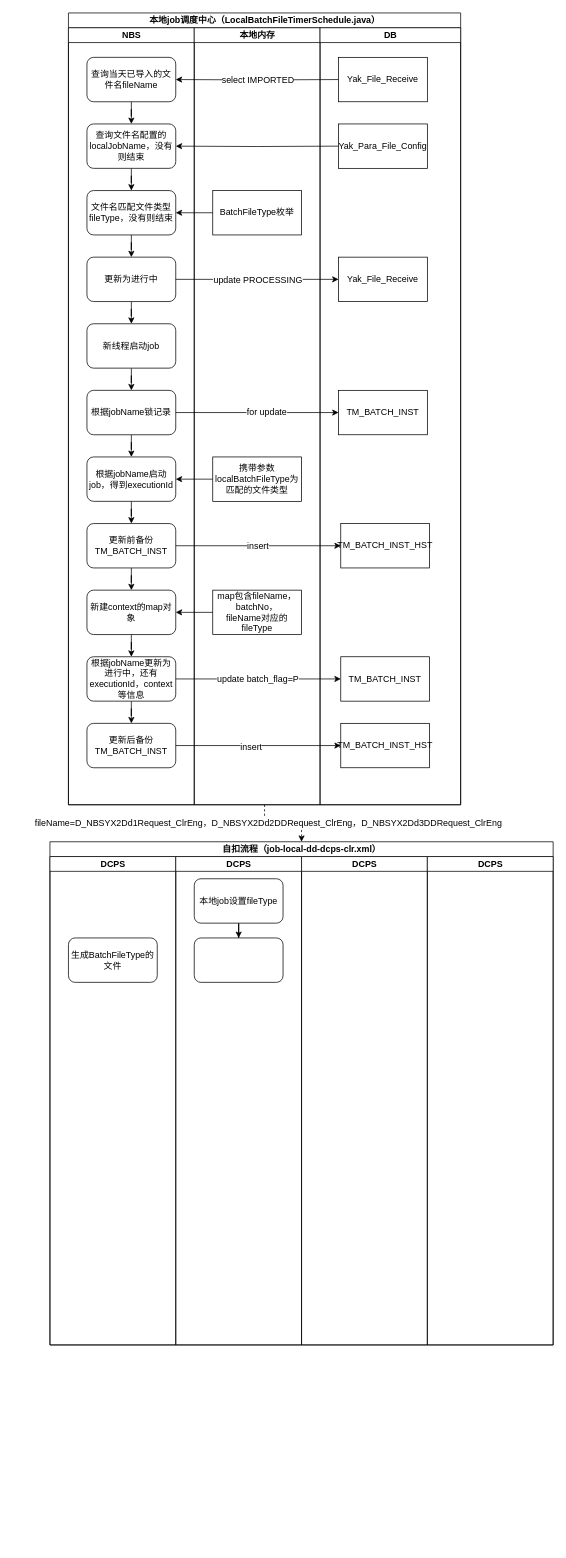
The draw.io diagram 自扣数据流程图.drawio in staconfree/design, before the edit. Source tidied: cells renumbered, new cells numbered last; positions are measured from the earlier drawing's top-left corner, leaving out a move shared by most shapes. Both pictures are drawn from the tidied source at 74%, with x=0, y=0 at pixel (50, 13).
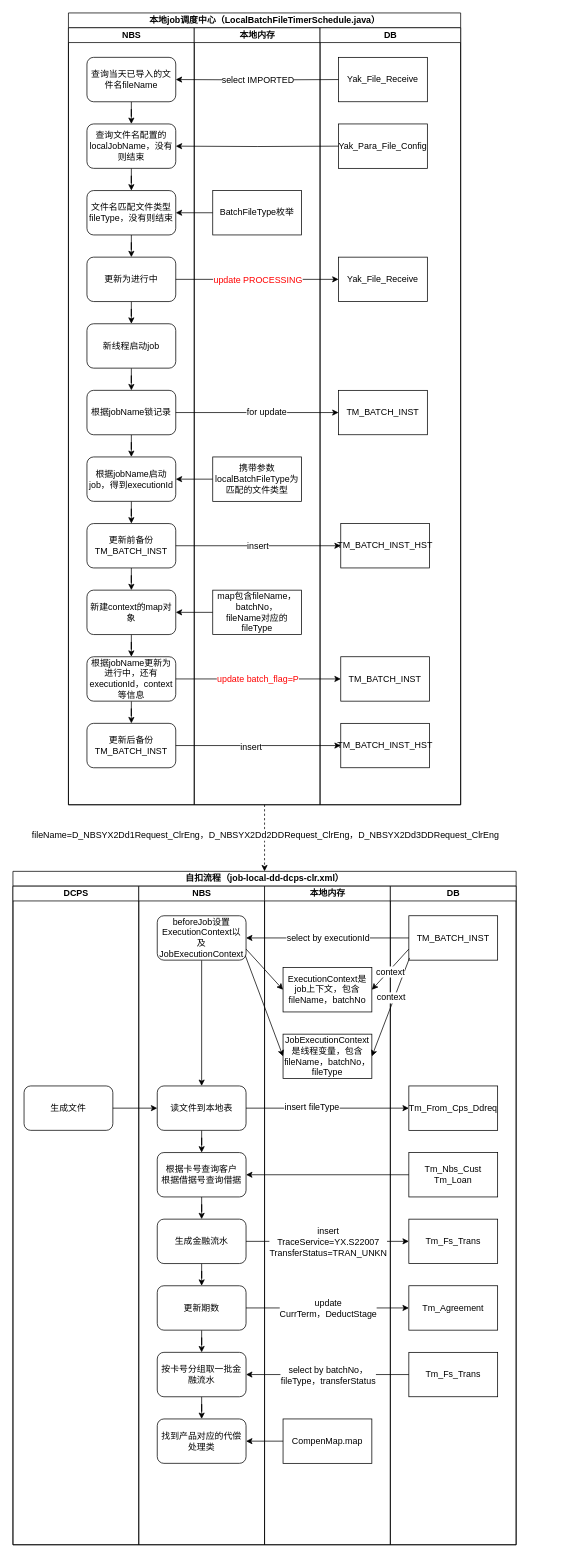
After the change.

Commit message (it also covers changes not shown here):
更新自扣数据流程图.drawio

The change refers to these unchanged cells:
```xml
<mxCell id="11" style="edgeStyle=orthogonalEdgeStyle;rounded=0;jettySize=auto;html=1;entryX=0.5;entryY=0;entryDx=0;entryDy=0;dashed=1;" parent="1" edge="1" source="13" target="2">
  <mxGeometry relative="1" as="geometry" />
</mxCell>
<mxCell id="36" style="edgeStyle=orthogonalEdgeStyle;rounded=0;jettySize=auto;html=1;entryX=0;entryY=0.5;entryDx=0;entryDy=0;" parent="13" edge="1" source="32" target="48">
  <mxGeometry relative="1" as="geometry" />
</mxCell>
<mxCell id="54" style="edgeStyle=orthogonalEdgeStyle;rounded=0;jettySize=auto;html=1;entryX=0;entryY=0.5;entryDx=0;entryDy=0;" parent="13" edge="1" source="22" target="45">
  <mxGeometry relative="1" as="geometry" />
</mxCell>
```

Change to the diagram source:
```diff
@@
     <mxCell id="2" value="自扣流程（job-local-dd-dcps-clr.xml）" style="swimlane;html=1;startSize=20;" parent="1" vertex="1">
-      <mxGeometry y="1120" width="680" height="680" as="geometry" />
+      <mxGeometry x="-50" y="1160" width="680" height="910" as="geometry" />
     </mxCell>
     <mxCell id="3" value="DCPS" style="swimlane;html=1;startSize=20;" parent="2" vertex="1">
-      <mxGeometry y="20" width="170" height="660" as="geometry" />
+      <mxGeometry y="20" width="170" height="890" as="geometry" />
     </mxCell>
-    <mxCell id="4" value="生成BatchFileType的文件" style="rounded=1;whiteSpace=wrap;html=1;" parent="3" vertex="1">
-      <mxGeometry x="25" y="110" width="120" height="60" as="geometry" />
+    <mxCell id="4" value="生成文件" style="rounded=1;whiteSpace=wrap;html=1;" parent="3" vertex="1">
+      <mxGeometry x="15" y="270" width="120" height="60" as="geometry" />
     </mxCell>
-    <mxCell id="5" value="DCPS" style="swimlane;html=1;startSize=20;" parent="2" vertex="1">
-      <mxGeometry x="170" y="20" width="170" height="660" as="geometry" />
+    <mxCell id="5" value="NBS" style="swimlane;html=1;startSize=20;" parent="2" vertex="1">
+      <mxGeometry x="170" y="20" width="170" height="890" as="geometry" />
     </mxCell>
+    <mxCell id="64" style="edgeStyle=orthogonalEdgeStyle;rounded=0;jettySize=auto;html=1;fontColor=#000000;" parent="5" edge="1" source="6" target="68">
+      <mxGeometry relative="1" as="geometry" />
+    </mxCell>
-    <mxCell id="6" style="rounded=1;whiteSpace=wrap;html=1;" parent="5" vertex="1">
-      <mxGeometry x="25" y="110" width="120" height="60" as="geometry" />
+    <mxCell id="6" value="读文件到本地表" style="rounded=1;whiteSpace=wrap;html=1;" parent="5" vertex="1">
+      <mxGeometry x="25" y="270" width="120" height="60" as="geometry" />
     </mxCell>
-    <mxCell id="7" style="edgeStyle=orthogonalEdgeStyle;rounded=0;jettySize=auto;html=1;" parent="5" edge="1" source="8" target="6">
-      <mxGeometry relative="1" as="geometry" />
-    </mxCell>
-    <mxCell id="8" value="本地job设置fileType" style="rounded=1;whiteSpace=wrap;html=1;" parent="5" vertex="1">
-      <mxGeometry x="25" y="30" width="120" height="60" as="geometry" />
-    </mxCell>
+    <mxCell id="65" style="edgeStyle=orthogonalEdgeStyle;rounded=0;jettySize=auto;html=1;fontColor=#000000;" parent="5" edge="1" source="66" target="6">
+      <mxGeometry relative="1" as="geometry" />
+    </mxCell>
+    <mxCell id="66" value="beforeJob设置ExecutionContext以及JobExecutionContext" style="rounded=1;whiteSpace=wrap;html=1;" parent="5" vertex="1">
+      <mxGeometry x="25" y="40" width="120" height="60" as="geometry" />
+    </mxCell>
+    <mxCell id="67" style="edgeStyle=orthogonalEdgeStyle;rounded=0;jettySize=auto;html=1;fontColor=#000000;" parent="5" edge="1" source="68" target="70">
+      <mxGeometry relative="1" as="geometry" />
+    </mxCell>
+    <mxCell id="68" value="&lt;div&gt;根据卡号查询客户&lt;/div&gt;&lt;div&gt;根据借据号查询借据&lt;/div&gt;" style="rounded=1;whiteSpace=wrap;html=1;" parent="5" vertex="1">
+      <mxGeometry x="25" y="360" width="120" height="60" as="geometry" />
+    </mxCell>
+    <mxCell id="69" style="edgeStyle=orthogonalEdgeStyle;rounded=0;jettySize=auto;html=1;fontColor=#000000;" parent="5" edge="1" source="70" target="72">
+      <mxGeometry relative="1" as="geometry" />
+    </mxCell>
+    <mxCell id="70" value="生成金融流水" style="rounded=1;whiteSpace=wrap;html=1;" parent="5" vertex="1">
+      <mxGeometry x="25" y="450" width="120" height="60" as="geometry" />
+    </mxCell>
+    <mxCell id="71" style="edgeStyle=orthogonalEdgeStyle;rounded=0;jettySize=auto;html=1;entryX=0.5;entryY=0;entryDx=0;entryDy=0;fontColor=#000000;" parent="5" edge="1" source="72" target="74">
+      <mxGeometry relative="1" as="geometry" />
+    </mxCell>
+    <mxCell id="72" value="更新期数" style="rounded=1;whiteSpace=wrap;html=1;" parent="5" vertex="1">
+      <mxGeometry x="25" y="540" width="120" height="60" as="geometry" />
+    </mxCell>
+    <mxCell id="73" style="edgeStyle=orthogonalEdgeStyle;rounded=0;jettySize=auto;html=1;fontColor=#000000;" parent="5" edge="1" source="74" target="75">
+      <mxGeometry relative="1" as="geometry" />
+    </mxCell>
+    <mxCell id="74" value="按卡号分组取一批金融流水" style="rounded=1;whiteSpace=wrap;html=1;" parent="5" vertex="1">
+      <mxGeometry x="25" y="630" width="120" height="60" as="geometry" />
+    </mxCell>
+    <mxCell id="75" value="找到产品对应的代偿处理类" style="rounded=1;whiteSpace=wrap;html=1;" parent="5" vertex="1">
+      <mxGeometry x="25" y="720" width="120" height="60" as="geometry" />
+    </mxCell>
-    <mxCell id="9" value="DCPS" style="swimlane;html=1;startSize=20;" parent="2" vertex="1">
-      <mxGeometry x="340" y="20" width="170" height="660" as="geometry" />
+    <mxCell id="9" value="本地内存" style="swimlane;html=1;startSize=20;" parent="2" vertex="1">
+      <mxGeometry x="340" y="20" width="170" height="890" as="geometry" />
     </mxCell>
+    <mxCell id="76" value="&lt;div&gt;JobExecutionContext是线程变量，包含fileName，batchNo，&lt;/div&gt;&lt;div&gt;fileType&lt;/div&gt;" style="rounded=0;whiteSpace=wrap;html=1;" parent="9" vertex="1">
+      <mxGeometry x="25" y="200" width="120" height="60" as="geometry" />
+    </mxCell>
+    <mxCell id="77" value="&lt;div&gt;ExecutionContext是job上下文，包含fileName，batchNo&lt;/div&gt;" style="rounded=0;whiteSpace=wrap;html=1;" parent="9" vertex="1">
+      <mxGeometry x="25" y="110" width="120" height="60" as="geometry" />
+    </mxCell>
+    <mxCell id="78" value="CompenMap.map" style="rounded=0;whiteSpace=wrap;html=1;" parent="9" vertex="1">
+      <mxGeometry x="25" y="720" width="120" height="60" as="geometry" />
+    </mxCell>
-    <mxCell id="10" value="DCPS" style="swimlane;html=1;startSize=20;" parent="2" vertex="1">
-      <mxGeometry x="510" y="20" width="170" height="660" as="geometry" />
+    <mxCell id="10" value="DB" style="swimlane;html=1;startSize=20;" parent="2" vertex="1">
+      <mxGeometry x="510" y="20" width="170" height="890" as="geometry" />
     </mxCell>
+    <mxCell id="79" value="TM_BATCH_INST" style="rounded=0;whiteSpace=wrap;html=1;" parent="10" vertex="1">
+      <mxGeometry x="25" y="40" width="120" height="60" as="geometry" />
+    </mxCell>
+    <mxCell id="80" value="Tm_From_Cps_Ddreq" style="rounded=0;whiteSpace=wrap;html=1;" parent="10" vertex="1">
+      <mxGeometry x="25" y="270" width="120" height="60" as="geometry" />
+    </mxCell>
+    <mxCell id="81" value="&lt;div&gt;Tm_Nbs_Cust&lt;/div&gt;&lt;div&gt;Tm_Loan&lt;br&gt;&lt;/div&gt;" style="rounded=0;whiteSpace=wrap;html=1;" parent="10" vertex="1">
+      <mxGeometry x="25" y="360" width="120" height="60" as="geometry" />
+    </mxCell>
+    <mxCell id="82" value="Tm_Fs_Trans" style="rounded=0;whiteSpace=wrap;html=1;" parent="10" vertex="1">
+      <mxGeometry x="25" y="450" width="120" height="60" as="geometry" />
+    </mxCell>
+    <mxCell id="83" value="Tm_Agreement" style="rounded=0;whiteSpace=wrap;html=1;" parent="10" vertex="1">
+      <mxGeometry x="25" y="540" width="120" height="60" as="geometry" />
+    </mxCell>
+    <mxCell id="84" value="Tm_Fs_Trans" style="rounded=0;whiteSpace=wrap;html=1;" parent="10" vertex="1">
+      <mxGeometry x="25" y="630" width="120" height="60" as="geometry" />
+    </mxCell>
+    <mxCell id="85" style="edgeStyle=orthogonalEdgeStyle;rounded=0;jettySize=auto;html=1;entryX=1;entryY=0.5;entryDx=0;entryDy=0;fontColor=#FF0000;" parent="2" edge="1" source="79" target="66">
+      <mxGeometry relative="1" as="geometry" />
+    </mxCell>
+    <mxCell id="86" value="select by executionId" style="text;html=1;align=center;verticalAlign=middle;labelBackgroundColor=#ffffff;fontColor=#000000;" parent="85" vertex="1">
+      <mxGeometry x="0.11" y="2" relative="1" as="geometry">
+        <mxPoint x="12" y="-2" as="offset" />
+      </mxGeometry>
+    </mxCell>
+    <mxCell id="87" style="endArrow=classic;html=1;fontColor=#000000;entryX=0;entryY=0.5;entryDx=0;entryDy=0;exitX=0.992;exitY=0.9;exitDx=0;exitDy=0;exitPerimeter=0;" parent="2" edge="1" source="66" target="76">
+      <mxGeometry relative="1" as="geometry" />
+    </mxCell>
+    <mxCell id="88" style="endArrow=classic;html=1;fontColor=#000000;entryX=1;entryY=0.5;entryDx=0;entryDy=0;exitX=0.008;exitY=0.95;exitDx=0;exitDy=0;exitPerimeter=0;" parent="2" edge="1" source="79" target="76">
+      <mxGeometry relative="1" as="geometry" />
+    </mxCell>
+    <mxCell id="89" value="context" style="text;html=1;align=center;verticalAlign=middle;labelBackgroundColor=#ffffff;fontColor=#000000;" parent="88" vertex="1">
+      <mxGeometry x="-0.39" relative="1" as="geometry">
+        <mxPoint x="-10.5" y="13.5" as="offset" />
+      </mxGeometry>
+    </mxCell>
+    <mxCell id="90" style="endArrow=classic;html=1;fontColor=#000000;entryX=0;entryY=0.5;entryDx=0;entryDy=0;exitX=1;exitY=0.75;exitDx=0;exitDy=0;" parent="2" edge="1" source="66" target="77">
+      <mxGeometry relative="1" as="geometry" />
+    </mxCell>
+    <mxCell id="91" style="endArrow=classic;html=1;fontColor=#000000;entryX=1;entryY=0.5;entryDx=0;entryDy=0;exitX=0;exitY=0.75;exitDx=0;exitDy=0;" parent="2" edge="1" source="79" target="77">
+      <mxGeometry relative="1" as="geometry" />
+    </mxCell>
+    <mxCell id="92" value="context" style="text;html=1;align=center;verticalAlign=middle;labelBackgroundColor=#ffffff;fontColor=#000000;" parent="91" vertex="1">
+      <mxGeometry x="-0.39" relative="1" as="geometry">
+        <mxPoint x="-10.5" y="13.5" as="offset" />
+      </mxGeometry>
+    </mxCell>
+    <mxCell id="93" style="edgeStyle=orthogonalEdgeStyle;rounded=0;jettySize=auto;html=1;fontColor=#000000;" parent="2" edge="1" source="4" target="6">
+      <mxGeometry relative="1" as="geometry" />
+    </mxCell>
+    <mxCell id="94" style="edgeStyle=orthogonalEdgeStyle;rounded=0;jettySize=auto;html=1;fontColor=#000000;" parent="2" edge="1" source="6" target="80">
+      <mxGeometry relative="1" as="geometry" />
+    </mxCell>
+    <mxCell id="95" value="insert fileType" style="text;html=1;align=center;verticalAlign=middle;labelBackgroundColor=#ffffff;fontColor=#000000;" parent="94" vertex="1">
+      <mxGeometry x="-0.2" y="2" relative="1" as="geometry" />
+    </mxCell>
+    <mxCell id="96" style="edgeStyle=orthogonalEdgeStyle;rounded=0;jettySize=auto;html=1;entryX=1;entryY=0.5;entryDx=0;entryDy=0;fontColor=#000000;" parent="2" edge="1" source="81" target="68">
+      <mxGeometry relative="1" as="geometry" />
+    </mxCell>
+    <mxCell id="97" style="edgeStyle=orthogonalEdgeStyle;rounded=0;jettySize=auto;html=1;fontColor=#000000;" parent="2" edge="1" source="70" target="82">
+      <mxGeometry relative="1" as="geometry" />
+    </mxCell>
+    <mxCell id="98" value="&lt;div&gt;insert&lt;br&gt;TraceService=YX.S22007&lt;/div&gt;&lt;div&gt;TransferStatus=TRAN_UNKN&lt;br&gt;&lt;/div&gt;" style="text;html=1;align=center;verticalAlign=middle;labelBackgroundColor=#ffffff;fontColor=#000000;" parent="97" vertex="1">
+      <mxGeometry x="-0.11" y="-4" relative="1" as="geometry">
+        <mxPoint x="12" y="-4" as="offset" />
+      </mxGeometry>
+    </mxCell>
+    <mxCell id="99" style="edgeStyle=orthogonalEdgeStyle;rounded=0;jettySize=auto;html=1;entryX=0;entryY=0.5;entryDx=0;entryDy=0;fontColor=#000000;" parent="2" edge="1" source="72" target="83">
+      <mxGeometry relative="1" as="geometry" />
+    </mxCell>
+    <mxCell id="100" value="&lt;div&gt;update &lt;br&gt;&lt;/div&gt;&lt;div&gt;CurrTerm，DeductStage&lt;/div&gt;" style="text;html=1;align=center;verticalAlign=middle;labelBackgroundColor=#ffffff;fontColor=#000000;direction=south;" parent="99" vertex="1">
+      <mxGeometry x="-0.24" y="-1" relative="1" as="geometry">
+        <mxPoint x="26" y="-1" as="offset" />
+      </mxGeometry>
+    </mxCell>
+    <mxCell id="101" style="edgeStyle=orthogonalEdgeStyle;rounded=0;jettySize=auto;html=1;entryX=1;entryY=0.5;entryDx=0;entryDy=0;fontColor=#000000;" parent="2" edge="1" source="84" target="74">
+      <mxGeometry relative="1" as="geometry" />
+    </mxCell>
+    <mxCell id="102" value="&lt;div&gt;select by batchNo，&lt;/div&gt;&lt;div&gt;fileType，transferStatus&lt;br&gt;&lt;/div&gt;" style="text;html=1;align=center;verticalAlign=middle;labelBackgroundColor=#ffffff;fontColor=#000000;" parent="101" vertex="1">
+      <mxGeometry x="0.22" relative="1" as="geometry">
+        <mxPoint x="24" as="offset" />
+      </mxGeometry>
+    </mxCell>
+    <mxCell id="103" style="edgeStyle=orthogonalEdgeStyle;rounded=0;jettySize=auto;html=1;entryX=1;entryY=0.5;entryDx=0;entryDy=0;fontColor=#000000;" parent="2" edge="1" source="78" target="75">
+      <mxGeometry relative="1" as="geometry" />
+    </mxCell>
@@
     <mxCell id="12" value="fileName=D_NBSYX2Dd1Request_ClrEng，D_NBSYX2Dd2DDRequest_ClrEng，D_NBSYX2Dd3DDRequest_ClrEng" style="text;html=1;align=center;verticalAlign=middle;labelBackgroundColor=#ffffff;" parent="11" vertex="1">
-      <mxGeometry x="-0.52" y="4" relative="1" as="geometry" />
+      <mxGeometry x="-0.52" y="4" relative="1" as="geometry">
+        <mxPoint x="-4" y="18" as="offset" />
+      </mxGeometry>
     </mxCell>
@@
-    <mxCell id="37" value="update batch_flag=P" style="text;html=1;align=center;verticalAlign=middle;labelBackgroundColor=#ffffff;" parent="36" vertex="1">
+    <mxCell id="37" value="update batch_flag=P" style="text;html=1;align=center;verticalAlign=middle;labelBackgroundColor=#ffffff;fontColor=#FF0000;" parent="36" vertex="1">
       <mxGeometry x="-0.13" y="1" relative="1" as="geometry">
         <mxPoint x="13" y="1" as="offset" />
       </mxGeometry>
     </mxCell>
@@
-    <mxCell id="55" value="update PROCESSING" style="text;html=1;align=center;verticalAlign=middle;labelBackgroundColor=#ffffff;" parent="54" vertex="1">
+    <mxCell id="55" value="update PROCESSING" style="text;html=1;align=center;verticalAlign=middle;labelBackgroundColor=#ffffff;fontColor=#FF0000;" parent="54" vertex="1">
       <mxGeometry x="-0.16" y="-3" relative="1" as="geometry">
         <mxPoint x="18" y="-3" as="offset" />
       </mxGeometry>
     </mxCell>
```
